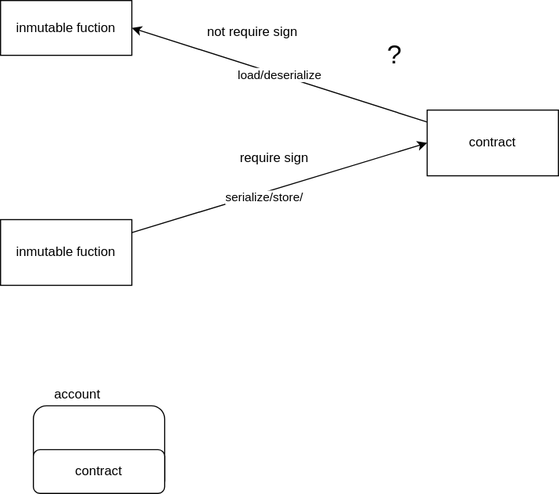
The draw.io diagram NEAR.drawio.svg in ryojiroakiyama/Web3Lab, before a commit. Source tidied: cells renumbered, new cells last; positions are measured from the earlier drawing's top-left corner, leaving out a move shared by most shapes.
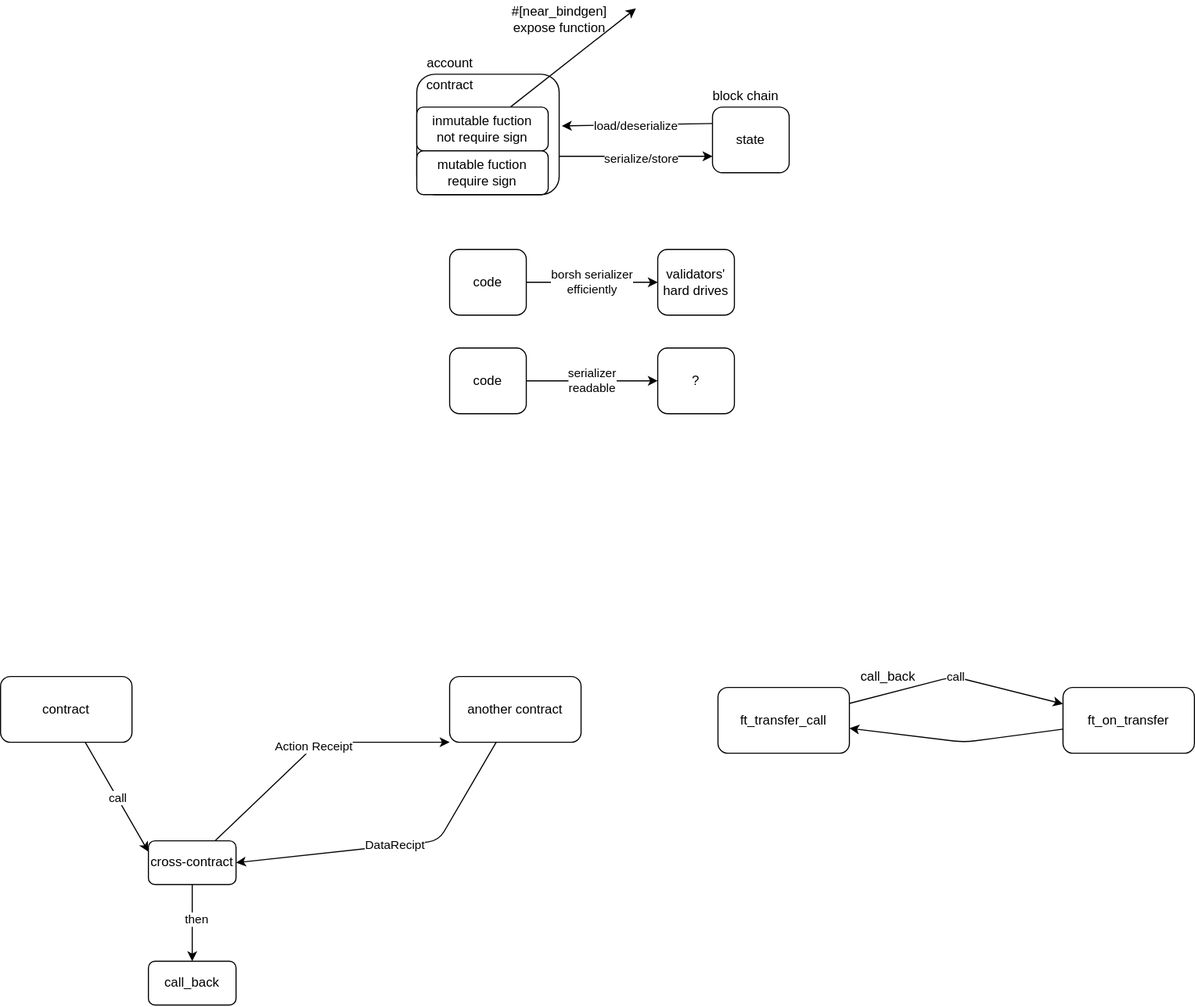
The same file after the commit.

Commit message:
function, state

The edit, as a diff of the source:
```diff
@@ -2,43 +2,128 @@
   <root>
     <mxCell id="0" />
     <mxCell id="1" parent="0" />
-    <mxCell id="2" value="inmutable fuction" style="rounded=0;whiteSpace=wrap;html=1;" parent="1" vertex="1">
-      <mxGeometry width="120" height="50" as="geometry" />
-    </mxCell>
-    <mxCell id="3" value="load/deserialize" style="edgeStyle=none;html=1;entryX=1;entryY=0.5;entryDx=0;entryDy=0;" parent="1" edge="1" source="4" target="2">
-      <mxGeometry relative="1" as="geometry" />
-    </mxCell>
-    <mxCell id="4" value="contract" style="rounded=0;whiteSpace=wrap;html=1;" parent="1" vertex="1">
-      <mxGeometry x="390" y="100" width="120" height="60" as="geometry" />
-    </mxCell>
-    <mxCell id="5" style="edgeStyle=none;html=1;entryX=0;entryY=0.5;entryDx=0;entryDy=0;" parent="1" edge="1" source="7" target="4">
-      <mxGeometry relative="1" as="geometry" />
-    </mxCell>
-    <mxCell id="6" value="serialize/store/" style="edgeLabel;html=1;align=center;verticalAlign=middle;" parent="5" vertex="1">
-      <mxGeometry x="-0.13" y="-3" relative="1" as="geometry">
-        <mxPoint x="1" as="offset" />
-      </mxGeometry>
-    </mxCell>
-    <mxCell id="7" value="inmutable fuction" style="rounded=0;whiteSpace=wrap;html=1;" parent="1" vertex="1">
-      <mxGeometry y="200" width="120" height="60" as="geometry" />
-    </mxCell>
-    <mxCell id="8" value="&lt;font style=&quot;font-size: 24px&quot;&gt;?&lt;/font&gt;" style="text;html=1;align=center;verticalAlign=middle;points=[];strokeColor=none;fillColor=none;" parent="1" vertex="1">
-      <mxGeometry x="345" y="40" width="30" height="20" as="geometry" />
-    </mxCell>
-    <mxCell id="9" value="&lt;span style=&quot;font-size: 12px&quot;&gt;not require sign&lt;/span&gt;" style="text;html=1;align=center;verticalAlign=middle;strokeColor=none;fillColor=none;fontSize=24;" parent="1" vertex="1">
-      <mxGeometry x="180" y="5" width="100" height="40" as="geometry" />
-    </mxCell>
-    <mxCell id="10" value="&lt;span style=&quot;font-size: 12px&quot;&gt;require sign&lt;/span&gt;" style="text;html=1;align=center;verticalAlign=middle;strokeColor=none;fillColor=none;fontSize=24;" parent="1" vertex="1">
-      <mxGeometry x="210" y="120" width="80" height="40" as="geometry" />
-    </mxCell>
-    <mxCell id="11" style="rounded=1;whiteSpace=wrap;html=1;fontSize=12;" parent="1" vertex="1">
-      <mxGeometry x="30" y="370" width="120" height="80" as="geometry" />
-    </mxCell>
+    <mxCell id="14" style="edgeStyle=none;html=1;endArrow=classic;endFill=1;startArrow=none;startFill=0;entryX=0;entryY=0.75;entryDx=0;entryDy=0;" parent="1" edge="1" target="35">
+      <mxGeometry relative="1" as="geometry">
+        <mxPoint x="110" y="385" as="sourcePoint" />
+      </mxGeometry>
+    </mxCell>
+    <mxCell id="15" value="serialize/store" style="edgeLabel;html=1;align=center;verticalAlign=middle;" parent="14" vertex="1">
+      <mxGeometry x="0.05" y="-1" relative="1" as="geometry" />
+    </mxCell>
-    <mxCell id="12" value="contract" style="rounded=1;whiteSpace=wrap;html=1;fontSize=12;" parent="1" vertex="1">
-      <mxGeometry x="30" y="410" width="120" height="40" as="geometry" />
+    <mxCell id="12" style="rounded=1;whiteSpace=wrap;html=1;fontSize=12;" parent="1" vertex="1">
+      <mxGeometry x="-20" y="310" width="130" height="110" as="geometry" />
     </mxCell>
     <mxCell id="13" value="account" style="text;html=1;align=center;verticalAlign=middle;strokeColor=none;fillColor=none;fontSize=12;" parent="1" vertex="1">
-      <mxGeometry x="40" y="350" width="60" height="20" as="geometry" />
+      <mxGeometry x="-20" y="290" width="60" height="20" as="geometry" />
     </mxCell>
+    <mxCell id="16" value="call" style="edgeStyle=none;html=1;entryX=0;entryY=0.25;entryDx=0;entryDy=0;" parent="1" edge="1" source="17" target="23">
+      <mxGeometry relative="1" as="geometry" />
+    </mxCell>
+    <mxCell id="17" value="contract" style="rounded=1;whiteSpace=wrap;html=1;" parent="1" vertex="1">
+      <mxGeometry x="-400" y="860" width="120" height="60" as="geometry" />
+    </mxCell>
+    <mxCell id="18" value="DataRecipt" style="edgeStyle=none;html=1;entryX=1;entryY=0.5;entryDx=0;entryDy=0;" parent="1" edge="1" source="19" target="23">
+      <mxGeometry relative="1" as="geometry">
+        <Array as="points">
+          <mxPoint y="1010" />
+        </Array>
+      </mxGeometry>
+    </mxCell>
+    <mxCell id="19" value="another contract" style="rounded=1;whiteSpace=wrap;html=1;" parent="1" vertex="1">
+      <mxGeometry x="10" y="860" width="120" height="60" as="geometry" />
+    </mxCell>
+    <mxCell id="20" value="Action Receipt" style="edgeStyle=none;html=1;entryX=0;entryY=1;entryDx=0;entryDy=0;" parent="1" edge="1" source="23" target="19">
+      <mxGeometry relative="1" as="geometry">
+        <Array as="points">
+          <mxPoint x="-110" y="920" />
+        </Array>
+      </mxGeometry>
+    </mxCell>
+    <mxCell id="21" style="edgeStyle=none;html=1;" parent="1" edge="1" source="23">
+      <mxGeometry relative="1" as="geometry">
+        <mxPoint x="-225" y="1120" as="targetPoint" />
+      </mxGeometry>
+    </mxCell>
+    <mxCell id="22" value="then" style="edgeLabel;html=1;align=center;verticalAlign=middle;" parent="21" vertex="1">
+      <mxGeometry x="-0.14" y="3" relative="1" as="geometry" />
+    </mxCell>
+    <mxCell id="23" value="cross-contract" style="rounded=1;whiteSpace=wrap;html=1;" parent="1" vertex="1">
+      <mxGeometry x="-265" y="1010" width="80" height="40" as="geometry" />
+    </mxCell>
+    <mxCell id="24" value="call_back" style="rounded=1;whiteSpace=wrap;html=1;" parent="1" vertex="1">
+      <mxGeometry x="-265" y="1120" width="80" height="40" as="geometry" />
+    </mxCell>
+    <mxCell id="25" value="call" style="edgeStyle=none;html=1;" parent="1" edge="1" source="26" target="28">
+      <mxGeometry relative="1" as="geometry">
+        <Array as="points">
+          <mxPoint x="470" y="860" />
+        </Array>
+      </mxGeometry>
+    </mxCell>
+    <mxCell id="26" value="ft_transfer_call" style="rounded=1;whiteSpace=wrap;html=1;" parent="1" vertex="1">
+      <mxGeometry x="255" y="870" width="120" height="60" as="geometry" />
+    </mxCell>
+    <mxCell id="27" style="edgeStyle=none;html=1;" parent="1" edge="1" source="28" target="26">
+      <mxGeometry relative="1" as="geometry">
+        <Array as="points">
+          <mxPoint x="480" y="920" />
+        </Array>
+      </mxGeometry>
+    </mxCell>
+    <mxCell id="28" value="ft_on_transfer" style="rounded=1;whiteSpace=wrap;html=1;" parent="1" vertex="1">
+      <mxGeometry x="570" y="870" width="120" height="60" as="geometry" />
+    </mxCell>
+    <mxCell id="29" value="call_back" style="text;html=1;align=center;verticalAlign=middle;strokeColor=none;fillColor=none;" parent="1" vertex="1">
+      <mxGeometry x="375" y="850" width="70" height="20" as="geometry" />
+    </mxCell>
+    <mxCell id="30" value="&lt;span&gt;contract&lt;/span&gt;" style="text;html=1;align=center;verticalAlign=middle;strokeColor=none;fillColor=none;" parent="1" vertex="1">
+      <mxGeometry x="-20" y="310" width="60" height="20" as="geometry" />
+    </mxCell>
+    <mxCell id="31" style="edgeStyle=none;html=1;entryX=0;entryY=0.25;entryDx=0;entryDy=0;exitX=1.019;exitY=0.429;exitDx=0;exitDy=0;exitPerimeter=0;endArrow=none;endFill=0;startArrow=classic;startFill=1;" parent="1" edge="1" source="12" target="35">
+      <mxGeometry relative="1" as="geometry" />
+    </mxCell>
+    <mxCell id="3" value="load/deserialize" style="edgeLabel;html=1;align=center;verticalAlign=middle;" parent="31" vertex="1">
+      <mxGeometry x="-0.03" relative="1" as="geometry">
+        <mxPoint x="1" as="offset" />
+      </mxGeometry>
+    </mxCell>
+    <mxCell id="32" style="edgeStyle=none;html=1;startArrow=none;startFill=0;endArrow=classic;endFill=1;" parent="1" edge="1" source="33">
+      <mxGeometry relative="1" as="geometry">
+        <mxPoint x="180" y="250" as="targetPoint" />
+      </mxGeometry>
+    </mxCell>
+    <mxCell id="33" value="&lt;span&gt;inmutable fuction&lt;br&gt;&lt;/span&gt;&lt;span&gt;not require sign&lt;/span&gt;&lt;span&gt;&lt;br&gt;&lt;/span&gt;" style="rounded=1;whiteSpace=wrap;html=1;fontSize=12;" parent="1" vertex="1">
+      <mxGeometry x="-20" y="340" width="120" height="40" as="geometry" />
+    </mxCell>
+    <mxCell id="34" value="&lt;span&gt;mutable fuction&lt;br&gt;&lt;/span&gt;&lt;span&gt;require sign&lt;/span&gt;&lt;span&gt;&lt;br&gt;&lt;/span&gt;" style="rounded=1;whiteSpace=wrap;html=1;fontSize=12;" parent="1" vertex="1">
+      <mxGeometry x="-20" y="380" width="120" height="40" as="geometry" />
+    </mxCell>
+    <mxCell id="35" value="state" style="rounded=1;whiteSpace=wrap;html=1;" parent="1" vertex="1">
+      <mxGeometry x="250" y="340" width="70" height="60" as="geometry" />
+    </mxCell>
+    <mxCell id="36" value="&lt;span&gt;block chain&lt;/span&gt;" style="text;html=1;align=center;verticalAlign=middle;strokeColor=none;fillColor=none;" parent="1" vertex="1">
+      <mxGeometry x="240" y="320" width="80" height="20" as="geometry" />
+    </mxCell>
+    <mxCell id="37" value="#[near_bindgen]&lt;br&gt;expose function" style="text;html=1;align=center;verticalAlign=middle;strokeColor=none;fillColor=none;" parent="1" vertex="1">
+      <mxGeometry x="60" y="245" width="100" height="30" as="geometry" />
+    </mxCell>
+    <mxCell id="38" value="borsh serializer&lt;br&gt;efficiently" style="edgeStyle=none;html=1;entryX=0;entryY=0.5;entryDx=0;entryDy=0;startArrow=none;startFill=0;endArrow=classic;endFill=1;" parent="1" edge="1" source="39" target="40">
+      <mxGeometry relative="1" as="geometry" />
+    </mxCell>
+    <mxCell id="39" value="code" style="rounded=1;whiteSpace=wrap;html=1;" parent="1" vertex="1">
+      <mxGeometry x="10" y="470" width="70" height="60" as="geometry" />
+    </mxCell>
+    <mxCell id="40" value="&lt;span style=&quot;text-align: left ; background-color: rgb(255 , 255 , 255)&quot;&gt;&lt;font style=&quot;font-size: 12px&quot;&gt;validators' hard drives&lt;/font&gt;&lt;/span&gt;" style="rounded=1;whiteSpace=wrap;html=1;strokeColor=#000000;" parent="1" vertex="1">
+      <mxGeometry x="200" y="470" width="70" height="60" as="geometry" />
+    </mxCell>
+    <mxCell id="41" value="serializer&lt;br&gt;readable" style="edgeStyle=none;html=1;entryX=0;entryY=0.5;entryDx=0;entryDy=0;startArrow=none;startFill=0;endArrow=classic;endFill=1;" parent="1" edge="1" source="42" target="8">
+      <mxGeometry relative="1" as="geometry" />
+    </mxCell>
+    <mxCell id="42" value="code" style="rounded=1;whiteSpace=wrap;html=1;" parent="1" vertex="1">
+      <mxGeometry x="10" y="560" width="70" height="60" as="geometry" />
+    </mxCell>
+    <mxCell id="8" value="?" style="rounded=1;whiteSpace=wrap;html=1;" parent="1" vertex="1">
+      <mxGeometry x="200" y="560" width="70" height="60" as="geometry" />
+    </mxCell>
   </root>
 </mxGraphModel>
```
